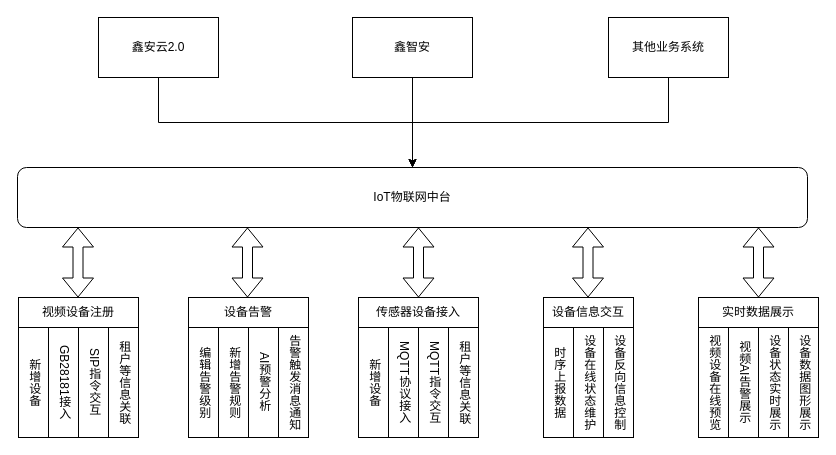
Above: iot业务架构图.drawio in Rain-ziyu/img (draw.io), before the change. Source tidied: cells renumbered, new cells numbered last; positions are measured from the earlier drawing's top-left corner, leaving out a move shared by most shapes. Both pictures are drawn from the tidied source at 100%, with x=0, y=0 at pixel (17, 17).
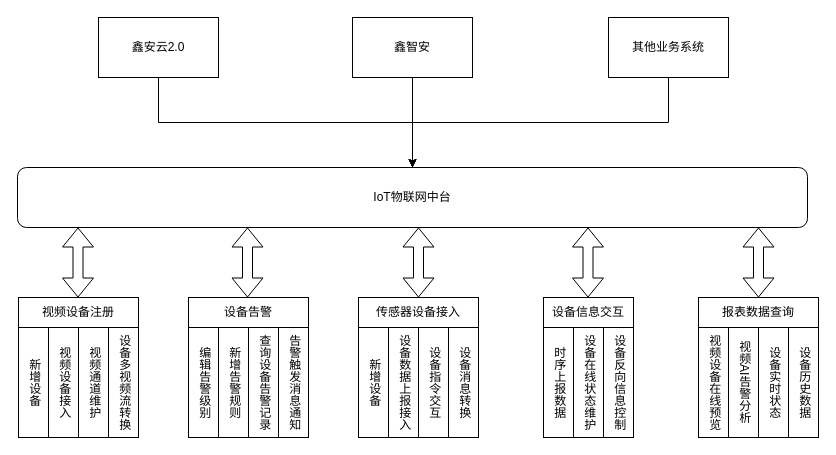
After the change.

Commit message:
更新iot业务架构图.drawio

Unchanged cells that the change refers to:
```xml
<mxCell id="10" style="group;" parent="9" vertex="1">
  <mxGeometry width="120" height="210" as="geometry" />
</mxCell>
<mxCell id="17" style="group;" parent="9" vertex="1">
  <mxGeometry x="170" width="120" height="210" as="geometry" />
</mxCell>
<mxCell id="24" style="group;" parent="9" vertex="1">
  <mxGeometry x="340" width="120" height="210" as="geometry" />
</mxCell>
<mxCell id="37" style="group;" parent="9" vertex="1">
  <mxGeometry x="680" width="120" height="210" as="geometry" />
</mxCell>
```

Diff of the diagram source:
```diff
@@
-    <mxCell id="13" value="GB28181接入" style="rounded=0;whiteSpace=wrap;html=1;textDirection=vertical-lr;" parent="10" vertex="1">
+    <mxCell id="13" value="视频设备接入" style="rounded=0;whiteSpace=wrap;html=1;textDirection=vertical-lr;" parent="10" vertex="1">
       <mxGeometry x="30" y="100" width="30" height="110" as="geometry" />
     </mxCell>
-    <mxCell id="14" value="SIP指令交互" style="rounded=0;whiteSpace=wrap;html=1;textDirection=vertical-lr;" parent="10" vertex="1">
+    <mxCell id="14" value="视频通道维护" style="rounded=0;whiteSpace=wrap;html=1;textDirection=vertical-lr;" parent="10" vertex="1">
       <mxGeometry x="60" y="100" width="30" height="110" as="geometry" />
     </mxCell>
@@
-    <mxCell id="16" value="租户等信息关联" style="rounded=0;whiteSpace=wrap;html=1;textDirection=vertical-lr;" parent="10" vertex="1">
+    <mxCell id="16" value="设备多视频流转换" style="rounded=0;whiteSpace=wrap;html=1;textDirection=vertical-lr;" parent="10" vertex="1">
       <mxGeometry x="90" y="100" width="30" height="110" as="geometry" />
     </mxCell>
@@
-    <mxCell id="23" value="AI预警分析" style="rounded=0;whiteSpace=wrap;html=1;textDirection=vertical-lr;" parent="17" vertex="1">
+    <mxCell id="23" value="查询设备告警记录" style="rounded=0;whiteSpace=wrap;html=1;textDirection=vertical-lr;" parent="17" vertex="1">
       <mxGeometry x="60" y="100" width="30" height="110" as="geometry" />
     </mxCell>
@@
-    <mxCell id="27" value="MQTT协议接入" style="rounded=0;whiteSpace=wrap;html=1;textDirection=vertical-lr;" parent="24" vertex="1">
+    <mxCell id="27" value="设备数据上报接入" style="rounded=0;whiteSpace=wrap;html=1;textDirection=vertical-lr;" parent="24" vertex="1">
       <mxGeometry x="30" y="100" width="30" height="110" as="geometry" />
     </mxCell>
-    <mxCell id="28" value="MQTT指令交互" style="rounded=0;whiteSpace=wrap;html=1;textDirection=vertical-lr;" parent="24" vertex="1">
+    <mxCell id="28" value="设备指令交互" style="rounded=0;whiteSpace=wrap;html=1;textDirection=vertical-lr;" parent="24" vertex="1">
       <mxGeometry x="60" y="100" width="30" height="110" as="geometry" />
     </mxCell>
@@
-    <mxCell id="30" value="租户等信息关联" style="rounded=0;whiteSpace=wrap;html=1;textDirection=vertical-lr;" parent="24" vertex="1">
+    <mxCell id="30" value="设备消息转换" style="rounded=0;whiteSpace=wrap;html=1;textDirection=vertical-lr;" parent="24" vertex="1">
       <mxGeometry x="90" y="100" width="30" height="110" as="geometry" />
     </mxCell>
@@
-    <mxCell id="39" value="实时数据展示" style="rounded=0;whiteSpace=wrap;html=1;" parent="37" vertex="1">
+    <mxCell id="39" value="报表数据查询" style="rounded=0;whiteSpace=wrap;html=1;" parent="37" vertex="1">
       <mxGeometry y="70" width="120" height="30" as="geometry" />
     </mxCell>
-    <mxCell id="40" value="设备状态实时展示" style="rounded=0;whiteSpace=wrap;html=1;textDirection=vertical-lr;" parent="37" vertex="1">
+    <mxCell id="40" value="设备实时状态" style="rounded=0;whiteSpace=wrap;html=1;textDirection=vertical-lr;" parent="37" vertex="1">
       <mxGeometry x="60" y="100" width="30" height="110" as="geometry" />
     </mxCell>
-    <mxCell id="41" value="设备数据图形展示" style="rounded=0;whiteSpace=wrap;html=1;textDirection=vertical-lr;" parent="37" vertex="1">
+    <mxCell id="41" value="设备历史数据" style="rounded=0;whiteSpace=wrap;html=1;textDirection=vertical-lr;" parent="37" vertex="1">
       <mxGeometry x="90" y="100" width="30" height="110" as="geometry" />
     </mxCell>
@@
-    <mxCell id="43" value="视频AI告警展示" style="rounded=0;whiteSpace=wrap;html=1;textDirection=vertical-lr;" parent="37" vertex="1">
+    <mxCell id="43" value="视频AI告警分析" style="rounded=0;whiteSpace=wrap;html=1;textDirection=vertical-lr;" parent="37" vertex="1">
       <mxGeometry x="30" y="100" width="30" height="110" as="geometry" />
     </mxCell>
```
